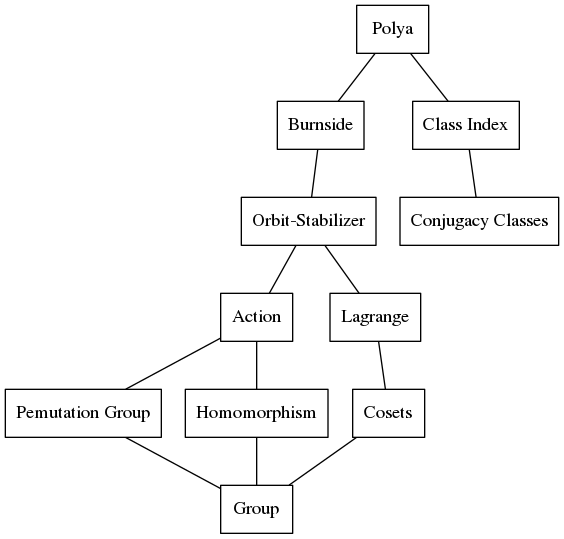
Earlier version of the Graphviz export graphviz/polya.gv.png (fifth-postulate/group-theory-with-gap). Its source is kept beside it as graphviz/polya.gv.
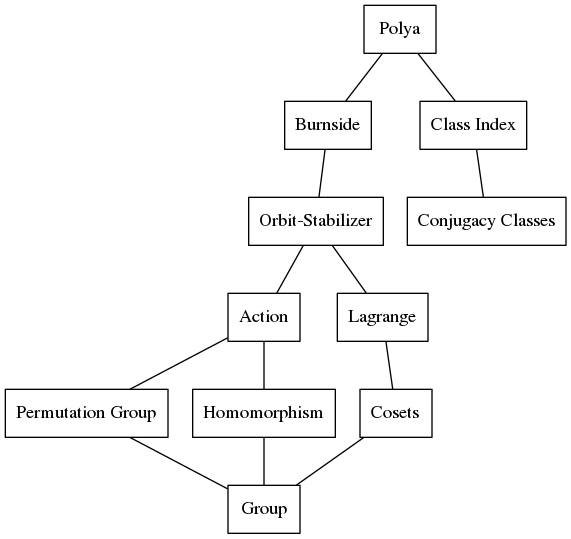
After the change.

Commit message:
Correct Permutation Group label

The edit, as a diff of the source:
```diff
@@ -5,7 +5,7 @@
   3 [ label = "Class Index" ]
   4 [ label = "Orbit-Stabilizer" ]
   5 [ label = "Action" ]
-  6 [ label = "Pemutation Group" ]
+  6 [ label = "Permutation Group" ]
   7 [ label = "Homomorphism" ]
   8 [ label = "Group" ]
   9 [ label = "Conjugacy Classes" ]
```
